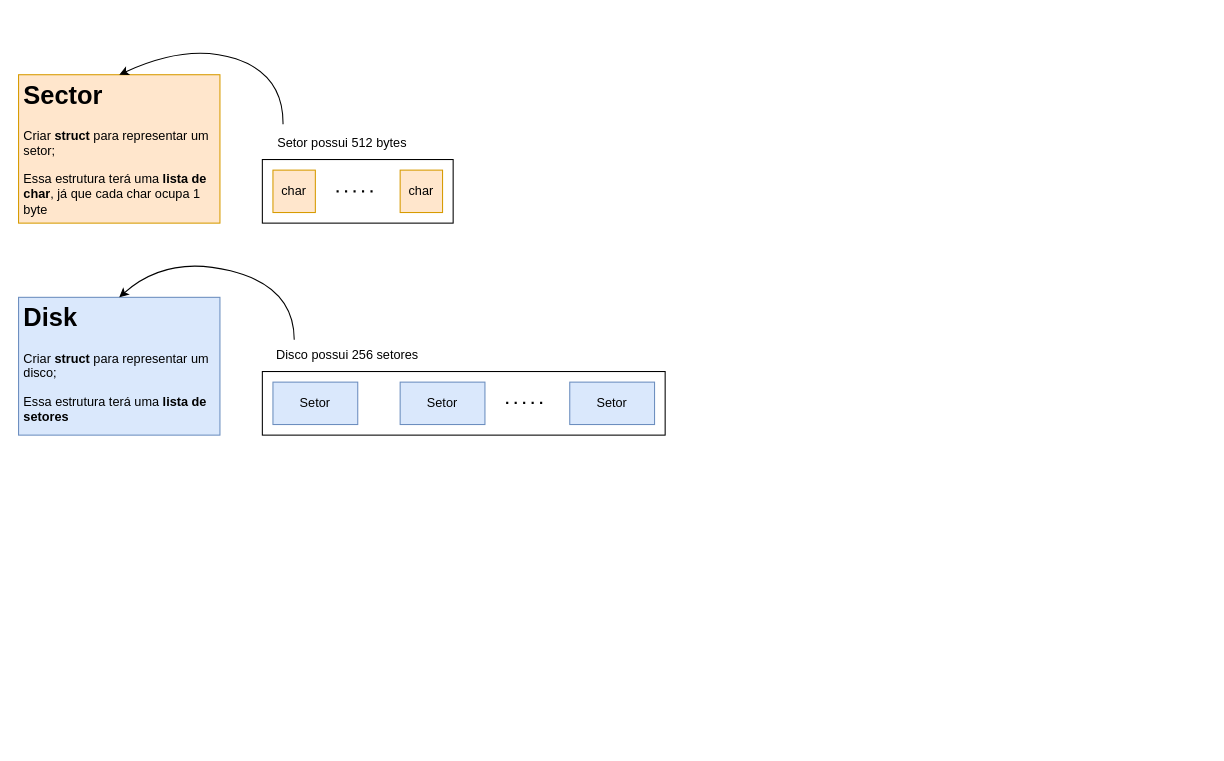
Above: simulador-sistema-arquivos/simulador-sistema-arquivos.drawio in GustavoLent/SO2 (draw.io), before the change. Source tidied: cells renumbered, new cells numbered last; positions are measured from the earlier drawing's top-left corner, leaving out a move shared by most shapes. Both pictures are drawn from the tidied source at 106%, with x=0, y=0 at pixel (18, 42).
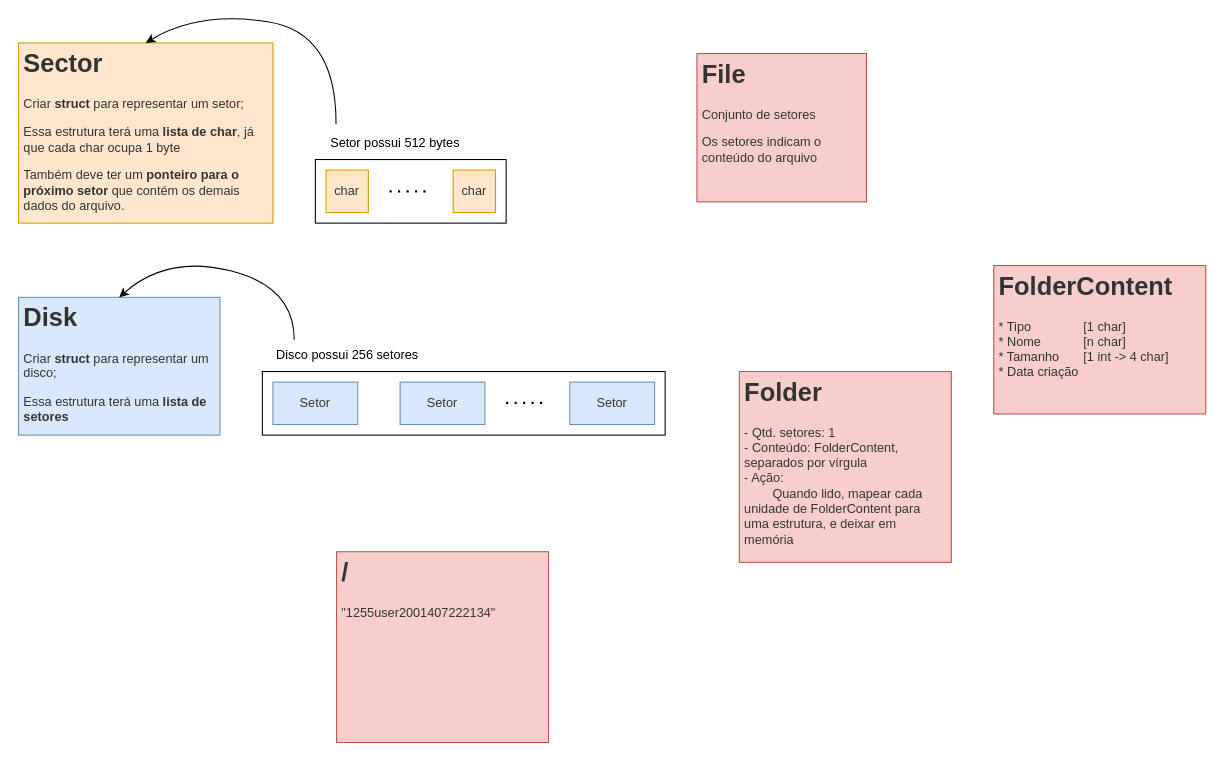
After the change.

Change to the diagram source:
```diff
@@
+    <mxCell id="11" style="rounded=0;whiteSpace=wrap;html=1;fillColor=none;" parent="1" vertex="1">
+      <mxGeometry x="230" y="310" width="380" height="60" as="geometry" />
+    </mxCell>
     <mxCell id="2" style="rounded=0;whiteSpace=wrap;html=1;fillColor=none;" parent="1" vertex="1">
-      <mxGeometry x="230" y="110" width="180" height="60" as="geometry" />
+      <mxGeometry x="280" y="110" width="180" height="60" as="geometry" />
     </mxCell>
-    <mxCell id="3" value="char" style="rounded=0;whiteSpace=wrap;html=1;fillColor=#ffe6cc;strokeColor=#d79b00;" parent="1" vertex="1">
-      <mxGeometry x="240" y="120" width="40" height="40" as="geometry" />
+    <mxCell id="3" value="&lt;font color=&quot;#333333&quot;&gt;char&lt;/font&gt;" style="rounded=0;whiteSpace=wrap;html=1;fillColor=#ffe6cc;strokeColor=#d79b00;" parent="1" vertex="1">
+      <mxGeometry x="290" y="120" width="40" height="40" as="geometry" />
     </mxCell>
-    <mxCell id="4" value="char" style="rounded=0;whiteSpace=wrap;html=1;fillColor=#ffe6cc;strokeColor=#d79b00;" parent="1" vertex="1">
-      <mxGeometry x="360" y="120" width="40" height="40" as="geometry" />
+    <mxCell id="4" value="char" style="rounded=0;whiteSpace=wrap;html=1;fillColor=#ffe6cc;strokeColor=#d79b00;fontColor=#333333;" parent="1" vertex="1">
+      <mxGeometry x="410" y="120" width="40" height="40" as="geometry" />
     </mxCell>
     <mxCell id="5" style="endArrow=none;dashed=1;html=1;dashPattern=1 3;strokeWidth=2;rounded=0;" parent="1" edge="1">
       <mxGeometry relative="1" as="geometry">
-        <mxPoint x="300" y="140" as="sourcePoint" />
-        <mxPoint x="340" y="140" as="targetPoint" />
+        <mxPoint x="350" y="140" as="sourcePoint" />
+        <mxPoint x="390" y="140" as="targetPoint" />
       </mxGeometry>
     </mxCell>
     <mxCell id="6" value="Setor possui 512 bytes" style="text;html=1;align=center;verticalAlign=middle;points=[];strokeColor=none;fillColor=none;" parent="1" vertex="1">
-      <mxGeometry x="230" y="80" width="150" height="30" as="geometry" />
+      <mxGeometry x="280" y="80" width="150" height="30" as="geometry" />
     </mxCell>
-    <mxCell id="7" value="Setor" style="rounded=0;whiteSpace=wrap;html=1;fillColor=#dae8fc;strokeColor=#6c8ebf;" parent="1" vertex="1">
+    <mxCell id="7" value="Setor" style="rounded=0;whiteSpace=wrap;html=1;fillColor=#dae8fc;strokeColor=#6c8ebf;fontColor=#333333;" parent="1" vertex="1">
       <mxGeometry x="240" y="320" width="80" height="40" as="geometry" />
     </mxCell>
-    <mxCell id="8" value="Setor" style="rounded=0;whiteSpace=wrap;html=1;fillColor=#dae8fc;strokeColor=#6c8ebf;" parent="1" vertex="1">
+    <mxCell id="8" value="Setor" style="rounded=0;whiteSpace=wrap;html=1;fillColor=#dae8fc;strokeColor=#6c8ebf;fontColor=#333333;" parent="1" vertex="1">
       <mxGeometry x="360" y="320" width="80" height="40" as="geometry" />
     </mxCell>
-    <mxCell id="9" value="Setor" style="rounded=0;whiteSpace=wrap;html=1;fillColor=#dae8fc;strokeColor=#6c8ebf;" parent="1" vertex="1">
+    <mxCell id="9" value="Setor" style="rounded=0;whiteSpace=wrap;html=1;fillColor=#dae8fc;strokeColor=#6c8ebf;fontColor=#333333;" parent="1" vertex="1">
       <mxGeometry x="520" y="320" width="80" height="40" as="geometry" />
     </mxCell>
@@
-    <mxCell id="11" style="rounded=0;whiteSpace=wrap;html=1;fillColor=none;" parent="1" vertex="1">
-      <mxGeometry x="230" y="310" width="380" height="60" as="geometry" />
-    </mxCell>
@@
-    <mxCell id="13" value="&lt;h1&gt;Sector&lt;/h1&gt;&lt;p&gt;Criar &lt;b&gt;struct &lt;/b&gt;para representar um setor;&lt;/p&gt;&lt;p&gt;Essa estrutura terá uma &lt;b&gt;lista de char&lt;/b&gt;, já que cada char ocupa 1 byte&lt;/p&gt;" style="text;html=1;strokeColor=#d79b00;fillColor=#ffe6cc;spacing=5;spacingTop=-20;whiteSpace=wrap;overflow=hidden;rounded=0;" parent="1" vertex="1">
-      <mxGeometry y="30" width="190" height="140" as="geometry" />
+    <mxCell id="13" value="&lt;h1&gt;&lt;font color=&quot;#333333&quot;&gt;Sector&lt;/font&gt;&lt;/h1&gt;&lt;p&gt;&lt;font color=&quot;#333333&quot;&gt;Criar &lt;b&gt;struct &lt;/b&gt;para representar um setor;&lt;/font&gt;&lt;/p&gt;&lt;p&gt;&lt;font color=&quot;#333333&quot;&gt;Essa estrutura terá uma &lt;b&gt;lista de char&lt;/b&gt;, já que cada char ocupa 1 byte&lt;/font&gt;&lt;/p&gt;&lt;p&gt;&lt;font color=&quot;#333333&quot;&gt;Também deve ter um &lt;b&gt;ponteiro para o próximo setor&lt;/b&gt;&amp;nbsp;que contém os demais dados do arquivo.&lt;/font&gt;&lt;/p&gt;" style="text;html=1;strokeColor=#d79b00;fillColor=#ffe6cc;spacing=5;spacingTop=-20;whiteSpace=wrap;overflow=hidden;rounded=0;" parent="1" vertex="1">
+      <mxGeometry width="240" height="170" as="geometry" />
     </mxCell>
     <mxCell id="14" style="curved=1;endArrow=classic;html=1;rounded=0;entryX=0.5;entryY=0;entryDx=0;entryDy=0;exitX=0.13;exitY=-0.113;exitDx=0;exitDy=0;exitPerimeter=0;" parent="1" edge="1" source="6" target="13">
       <mxGeometry relative="1" as="geometry">
         <Array as="points">
-          <mxPoint x="250" y="30" />
-          <mxPoint x="160" />
+          <mxPoint x="300" y="-10" />
+          <mxPoint x="170" y="-30" />
         </Array>
       </mxGeometry>
     </mxCell>
-    <mxCell id="15" value="&lt;h1&gt;Disk&lt;/h1&gt;&lt;p&gt;Criar &lt;b&gt;struct &lt;/b&gt;para representar um disco;&lt;/p&gt;&lt;p&gt;Essa estrutura terá uma &lt;b&gt;lista de setores&lt;/b&gt;&lt;/p&gt;" style="text;html=1;strokeColor=#6c8ebf;fillColor=#dae8fc;spacing=5;spacingTop=-20;whiteSpace=wrap;overflow=hidden;rounded=0;" parent="1" vertex="1">
+    <mxCell id="15" value="&lt;h1&gt;&lt;font color=&quot;#333333&quot;&gt;Disk&lt;/font&gt;&lt;/h1&gt;&lt;p&gt;&lt;font color=&quot;#333333&quot;&gt;Criar &lt;b&gt;struct &lt;/b&gt;para representar um disco;&lt;/font&gt;&lt;/p&gt;&lt;p&gt;&lt;font color=&quot;#333333&quot;&gt;Essa estrutura terá uma &lt;b&gt;lista de setores&lt;/b&gt;&lt;/font&gt;&lt;/p&gt;" style="text;html=1;strokeColor=#6c8ebf;fillColor=#dae8fc;spacing=5;spacingTop=-20;whiteSpace=wrap;overflow=hidden;rounded=0;" parent="1" vertex="1">
       <mxGeometry y="240" width="190" height="130" as="geometry" />
     </mxCell>
@@
+    <mxCell id="17" value="&lt;h1&gt;&lt;font color=&quot;#333333&quot;&gt;File&lt;/font&gt;&lt;/h1&gt;&lt;p&gt;&lt;font color=&quot;#333333&quot;&gt;Conjunto de setores&lt;/font&gt;&lt;/p&gt;&lt;p&gt;&lt;font color=&quot;#333333&quot;&gt;Os setores indicam o conteúdo do arquivo&lt;/font&gt;&lt;/p&gt;" style="text;html=1;strokeColor=#b85450;fillColor=#f8cecc;spacing=5;spacingTop=-20;whiteSpace=wrap;overflow=hidden;rounded=0;align=left;" parent="1" vertex="1">
+      <mxGeometry x="640" y="10" width="160" height="140" as="geometry" />
+    </mxCell>
+    <mxCell id="18" value="&lt;h1&gt;&lt;font color=&quot;#333333&quot;&gt;Folder&lt;/font&gt;&lt;/h1&gt;&lt;div&gt;&lt;font color=&quot;#333333&quot;&gt;- Qtd. setores: 1&lt;/font&gt;&lt;/div&gt;&lt;div&gt;&lt;font color=&quot;#333333&quot;&gt;- Conteúdo: FolderContent, separados por vírgula&lt;/font&gt;&lt;/div&gt;&lt;div&gt;&lt;font color=&quot;#333333&quot;&gt;&lt;span&gt;- Ação:&lt;/span&gt;&lt;br&gt;&lt;/font&gt;&lt;/div&gt;&lt;div&gt;&lt;span&gt;&lt;font color=&quot;#333333&quot;&gt;&lt;span style=&quot;white-space: pre&quot;&gt;&#9;&lt;/span&gt;Quando lido, mapear cada unidade de FolderContent para uma estrutura, e deixar em memória&lt;/font&gt;&lt;br&gt;&lt;/span&gt;&lt;/div&gt;" style="text;html=1;strokeColor=#b85450;fillColor=#f8cecc;spacing=5;spacingTop=-20;whiteSpace=wrap;overflow=hidden;rounded=0;" parent="1" vertex="1">
+      <mxGeometry x="680" y="310" width="200" height="180" as="geometry" />
+    </mxCell>
+    <mxCell id="19" value="&lt;h1&gt;&lt;span style=&quot;color: rgb(51 , 51 , 51)&quot;&gt;FolderContent&lt;/span&gt;&lt;/h1&gt;&lt;div&gt;&lt;font color=&quot;#333333&quot;&gt;* Tipo&lt;span style=&quot;white-space: pre&quot;&gt;&#9;&lt;/span&gt;&lt;span style=&quot;white-space: pre&quot;&gt;&#9;&lt;/span&gt;[1 char]&lt;/font&gt;&lt;/div&gt;&lt;div&gt;&lt;font color=&quot;#333333&quot;&gt;* Nome&lt;span style=&quot;white-space: pre&quot;&gt;&#9;&lt;/span&gt;&lt;span style=&quot;white-space: pre&quot;&gt;&#9;&lt;/span&gt;[n char]&lt;/font&gt;&lt;/div&gt;&lt;div&gt;&lt;font color=&quot;#333333&quot;&gt;* Tamanho&lt;span style=&quot;white-space: pre&quot;&gt;&#9;&lt;/span&gt;[1 int -&amp;gt; 4 char]&lt;/font&gt;&lt;/div&gt;&lt;div&gt;&lt;font color=&quot;#333333&quot;&gt;* Data criação&lt;/font&gt;&lt;/div&gt;&lt;div&gt;&lt;br&gt;&lt;/div&gt;" style="text;html=1;strokeColor=#b85450;fillColor=#f8cecc;spacing=5;spacingTop=-20;whiteSpace=wrap;overflow=hidden;rounded=0;" parent="1" vertex="1">
+      <mxGeometry x="920" y="210" width="200" height="140" as="geometry" />
+    </mxCell>
+    <mxCell id="20" value="&lt;h1&gt;&lt;font color=&quot;#333333&quot;&gt;/&lt;/font&gt;&lt;/h1&gt;&lt;div&gt;&lt;font color=&quot;#333333&quot;&gt;&quot;1255user2001407222134&quot;&lt;/font&gt;&lt;/div&gt;" style="text;html=1;strokeColor=#b85450;fillColor=#f8cecc;spacing=5;spacingTop=-20;whiteSpace=wrap;overflow=hidden;rounded=0;" parent="1" vertex="1">
+      <mxGeometry x="300" y="480" width="200" height="180" as="geometry" />
+    </mxCell>
```
